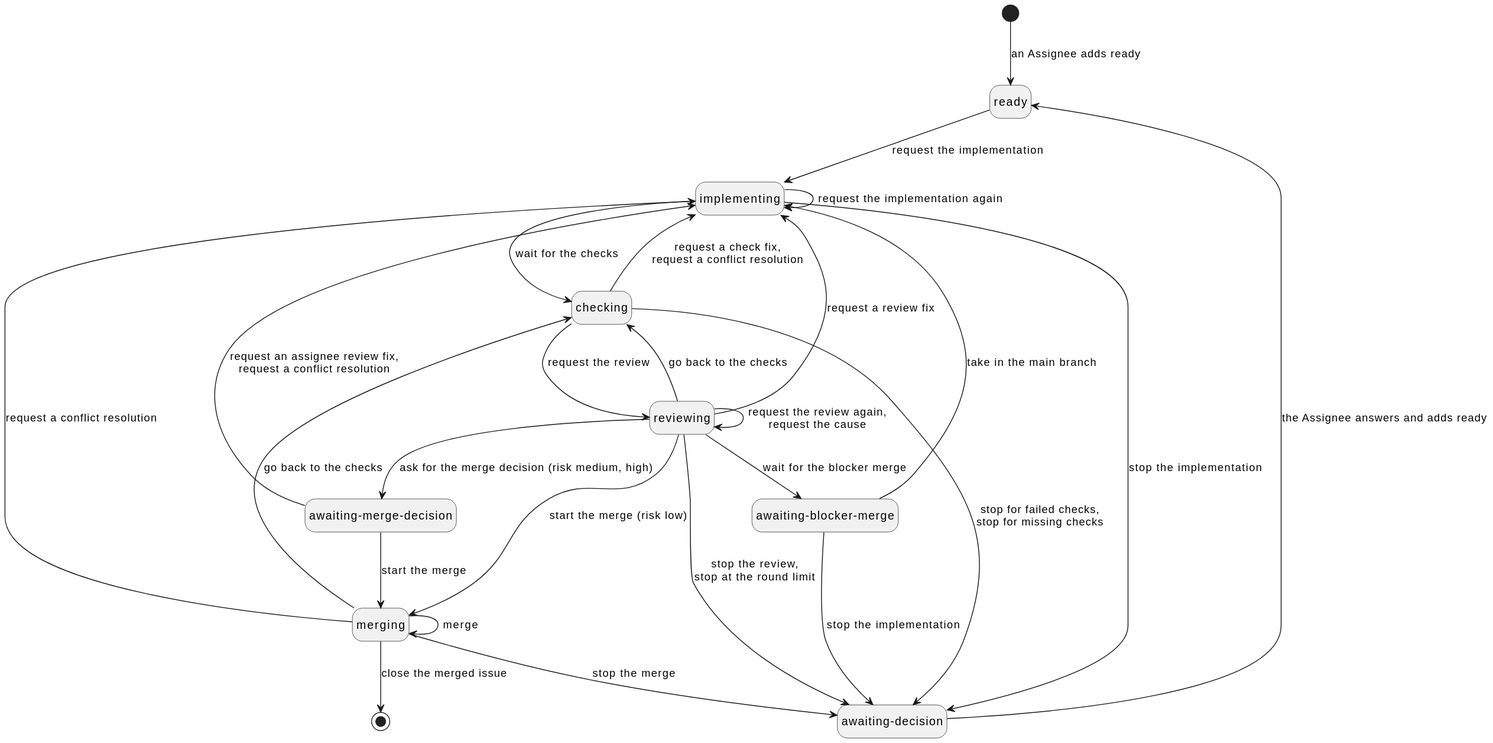
Earlier version of the PlantUML export docs/ja/requirements/implementation-issue-states.svg (cloveclovedev/cumin-works).
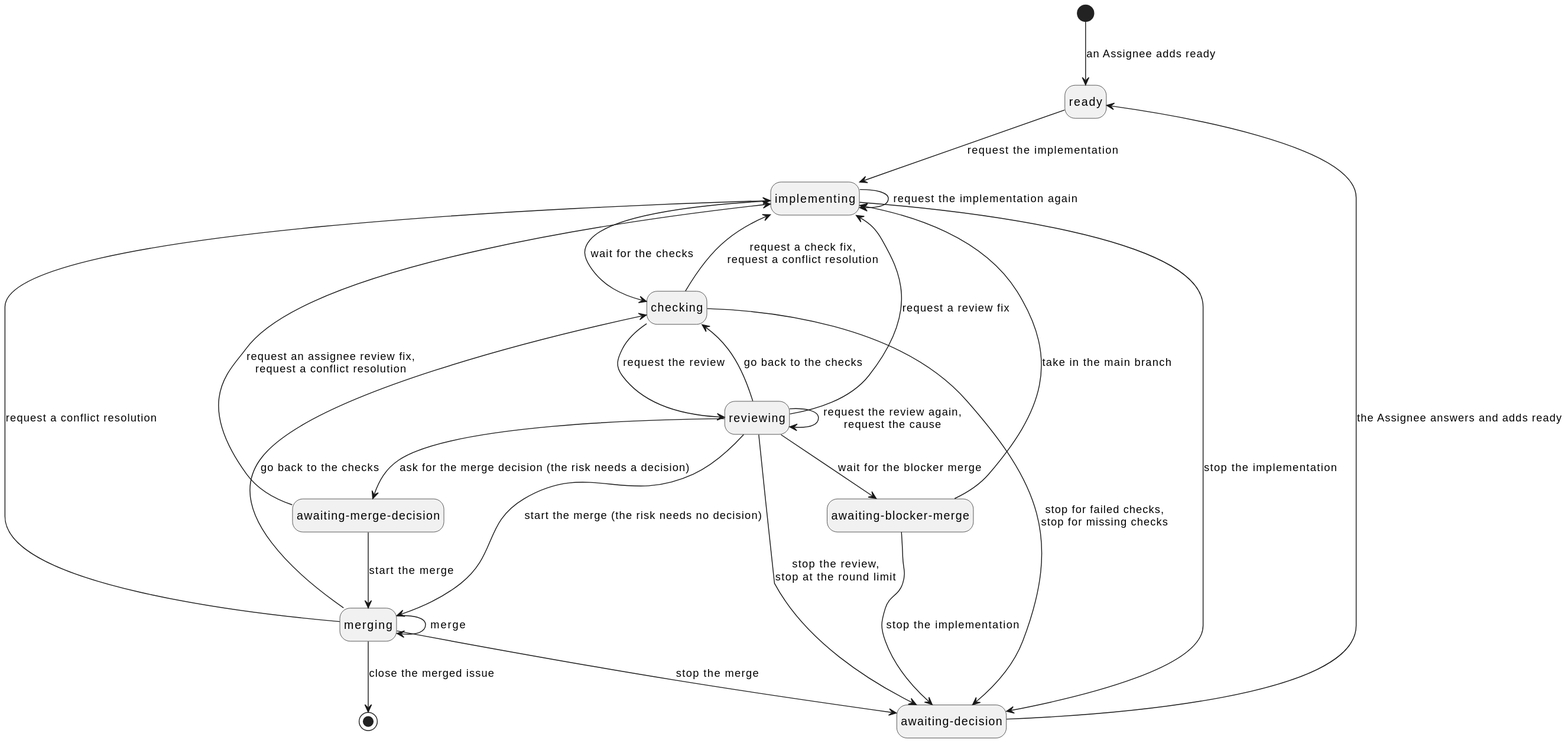
Later version of the same file.

Commit message:
docs(requirements): choose by a setting which risks need a merge decision

Change to the diagram source:
```diff
@@ -23,8 +23,8 @@
 Reviewing --> Implementing : request a review fix
 Reviewing --> Checking : go back to the checks
 Reviewing --> Decision : stop the review,\nstop at the round limit
-Reviewing --> Merging : start the merge (risk low)
-Reviewing --> MergeDecision : ask for the merge decision (risk medium, high)
+Reviewing --> Merging : start the merge (the risk needs no decision)
+Reviewing --> MergeDecision : ask for the merge decision (the risk needs a decision)
 Reviewing --> AwaitingBase : wait for the blocker merge
 MergeDecision --> Merging : start the merge
 MergeDecision --> Implementing : request an assignee review fix,\nrequest a conflict resolution
```
